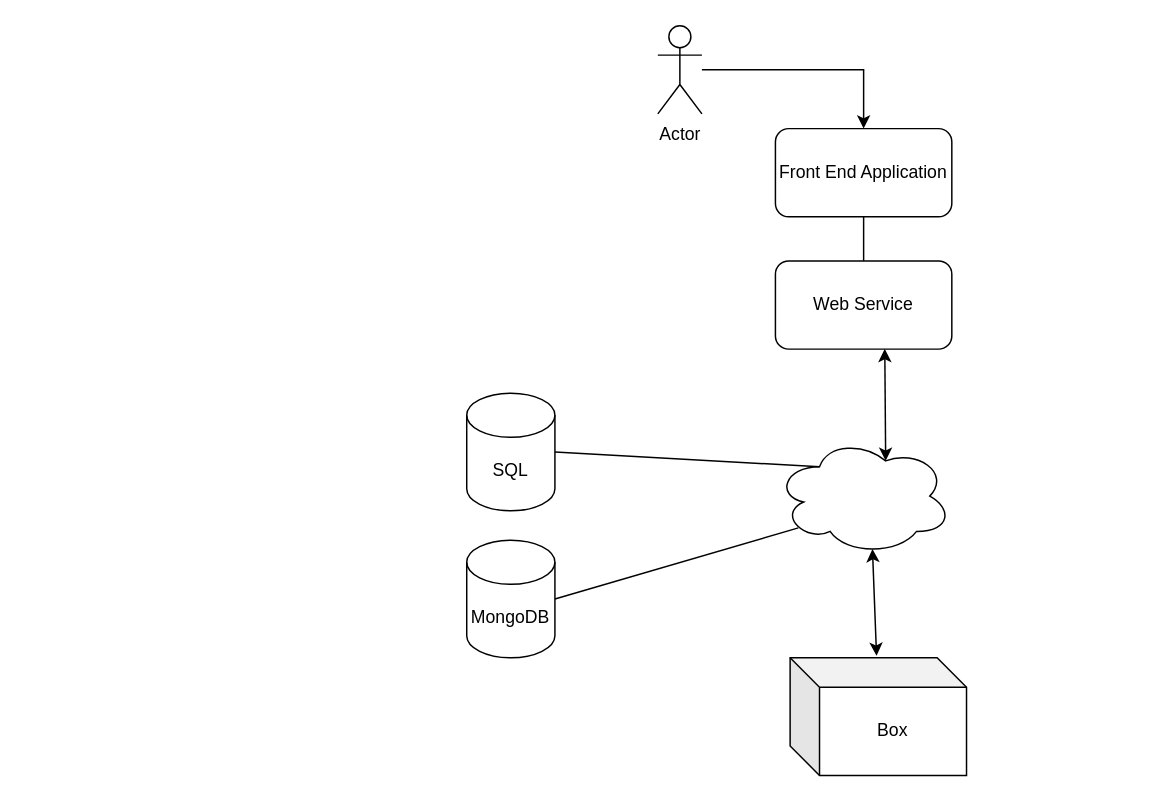
Earlier version of the draw.io diagram diagramGlobal.drawio (jpgros/DiagramsSchneider). Source tidied: cells renumbered, new cells numbered last; positions are measured from the earlier drawing's top-left corner, leaving out a move shared by most shapes. Both pictures are drawn from the tidied source at 147%, with x=0, y=0 at pixel (466, 25).
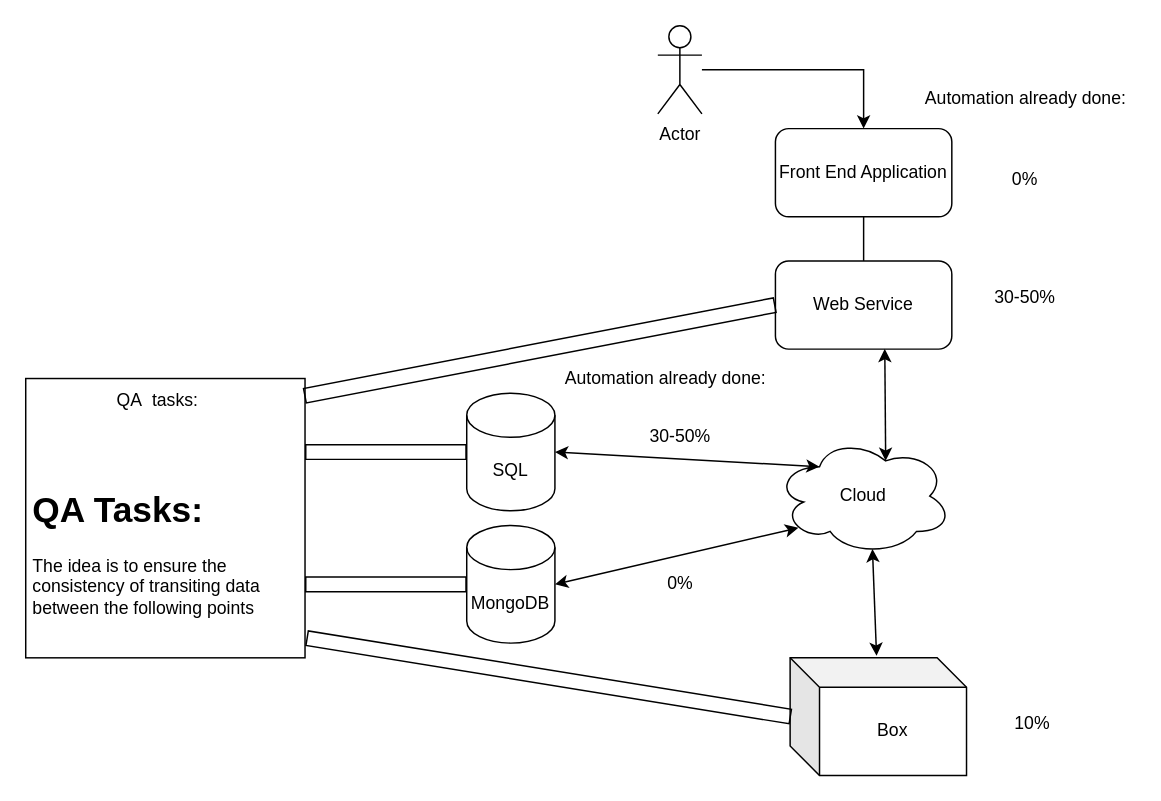
The same diagram, later.

Unchanged cells that the change refers to:
```xml
<mxCell id="3" value="Web Service" style="rounded=1;whiteSpace=wrap;html=1;" parent="1" vertex="1">
  <mxGeometry x="210" y="160" width="120" height="60" as="geometry" />
</mxCell>
<mxCell id="7" value="SQL" style="shape=cylinder3;whiteSpace=wrap;html=1;boundedLbl=1;backgroundOutline=1;size=15;" parent="1" vertex="1">
  <mxGeometry y="250" width="60" height="80" as="geometry" />
</mxCell>
```

Change to the diagram source:
```diff
@@
-    <mxCell id="6" style="ellipse;shape=cloud;whiteSpace=wrap;html=1;" parent="1" vertex="1">
+    <mxCell id="6" value="Cloud" style="ellipse;shape=cloud;whiteSpace=wrap;html=1;" parent="1" vertex="1">
       <mxGeometry x="210" y="280" width="120" height="80" as="geometry" />
     </mxCell>
@@
     <mxCell id="8" value="MongoDB" style="shape=cylinder3;whiteSpace=wrap;html=1;boundedLbl=1;backgroundOutline=1;size=15;" parent="1" vertex="1">
-      <mxGeometry y="350" width="60" height="80" as="geometry" />
+      <mxGeometry y="340" width="60" height="80" as="geometry" />
     </mxCell>
@@
-    <mxCell id="13" style="endArrow=none;html=1;rounded=0;exitX=1;exitY=0.5;exitDx=0;exitDy=0;exitPerimeter=0;entryX=0.25;entryY=0.25;entryDx=0;entryDy=0;entryPerimeter=0;" parent="1" edge="1" source="7" target="6">
+    <mxCell id="13" style="endArrow=classic;html=1;rounded=0;exitX=1;exitY=0.5;exitDx=0;exitDy=0;exitPerimeter=0;entryX=0.25;entryY=0.25;entryDx=0;entryDy=0;entryPerimeter=0;startArrow=classic;startFill=1;endFill=1;" parent="1" edge="1" source="7" target="6">
       <mxGeometry relative="1" as="geometry" />
     </mxCell>
-    <mxCell id="14" style="endArrow=none;html=1;rounded=0;exitX=1;exitY=0.5;exitDx=0;exitDy=0;exitPerimeter=0;entryX=0.13;entryY=0.77;entryDx=0;entryDy=0;entryPerimeter=0;" parent="1" edge="1" source="8" target="6">
+    <mxCell id="14" style="endArrow=classic;html=1;rounded=0;exitX=1;exitY=0.5;exitDx=0;exitDy=0;exitPerimeter=0;entryX=0.13;entryY=0.77;entryDx=0;entryDy=0;entryPerimeter=0;startArrow=classic;startFill=1;endFill=1;" parent="1" edge="1" source="8" target="6">
       <mxGeometry relative="1" as="geometry" />
     </mxCell>
+    <mxCell id="15" value="Automation already done:" style="text;html=1;align=center;verticalAlign=middle;strokeColor=none;fillColor=none;" parent="1" vertex="1">
+      <mxGeometry x="60" y="230" width="150" height="20" as="geometry" />
+    </mxCell>
+    <mxCell id="16" value="30-50%" style="text;html=1;align=center;verticalAlign=middle;strokeColor=none;fillColor=none;" parent="1" vertex="1">
+      <mxGeometry x="115" y="270" width="60" height="20" as="geometry" />
+    </mxCell>
+    <mxCell id="17" value="0%" style="text;html=1;align=center;verticalAlign=middle;strokeColor=none;fillColor=none;" parent="1" vertex="1">
+      <mxGeometry x="130" y="370" width="30" height="20" as="geometry" />
+    </mxCell>
+    <mxCell id="18" value="10%" style="text;html=1;strokeColor=none;fillColor=none;align=center;verticalAlign=middle;whiteSpace=wrap;rounded=0;" parent="1" vertex="1">
+      <mxGeometry x="355" y="460" width="60" height="30" as="geometry" />
+    </mxCell>
+    <mxCell id="19" value="0%" style="text;html=1;strokeColor=none;fillColor=none;align=center;verticalAlign=middle;whiteSpace=wrap;rounded=0;" parent="1" vertex="1">
+      <mxGeometry x="350" y="90" width="60" height="30" as="geometry" />
+    </mxCell>
+    <mxCell id="20" value="30-50%" style="text;html=1;strokeColor=none;fillColor=none;align=center;verticalAlign=middle;whiteSpace=wrap;rounded=0;" parent="1" vertex="1">
+      <mxGeometry x="350" y="170" width="60" height="30" as="geometry" />
+    </mxCell>
+    <mxCell id="21" style="text;html=1;align=center;verticalAlign=middle;strokeColor=none;fillColor=none;" parent="1" vertex="1">
+      <mxGeometry x="375" y="50" width="20" height="20" as="geometry" />
+    </mxCell>
+    <mxCell id="22" style="rounded=0;whiteSpace=wrap;html=1;" parent="1" vertex="1">
+      <mxGeometry x="-300" y="240" width="190" height="190" as="geometry" />
+    </mxCell>
+    <mxCell id="23" value="QA&amp;nbsp; tasks:" style="text;html=1;strokeColor=none;fillColor=none;align=center;verticalAlign=middle;whiteSpace=wrap;rounded=0;" parent="1" vertex="1">
+      <mxGeometry x="-240" y="240" width="60" height="30" as="geometry" />
+    </mxCell>
+    <mxCell id="24" value="&lt;h1&gt;QA Tasks:&lt;/h1&gt;&lt;p&gt;The idea is to ensure the consistency of transiting data between the following points&lt;/p&gt;" style="text;html=1;strokeColor=none;fillColor=none;spacing=5;spacingTop=-20;whiteSpace=wrap;overflow=hidden;rounded=0;" parent="1" vertex="1">
+      <mxGeometry x="-300" y="310" width="190" height="120" as="geometry" />
+    </mxCell>
+    <mxCell id="25" style="shape=flexArrow;endArrow=none;startArrow=none;html=1;rounded=0;startFill=0;endFill=0;entryX=0;entryY=0.5;entryDx=0;entryDy=0;exitX=0.997;exitY=0.062;exitDx=0;exitDy=0;exitPerimeter=0;" parent="1" edge="1" source="22" target="3">
+      <mxGeometry relative="1" as="geometry" />
+    </mxCell>
+    <mxCell id="26" style="shape=flexArrow;endArrow=none;startArrow=none;html=1;rounded=0;startFill=0;endFill=0;entryX=0;entryY=0.5;entryDx=0;entryDy=0;entryPerimeter=0;" parent="1" edge="1" target="7">
+      <mxGeometry relative="1" as="geometry">
+        <mxPoint x="-110" y="290" as="sourcePoint" />
+      </mxGeometry>
+    </mxCell>
+    <mxCell id="27" style="shape=flexArrow;endArrow=none;startArrow=none;html=1;rounded=0;startFill=0;endFill=0;entryX=0;entryY=0.5;entryDx=0;entryDy=0;entryPerimeter=0;" parent="1" edge="1" target="8">
+      <mxGeometry relative="1" as="geometry">
+        <mxPoint x="-110" y="380" as="sourcePoint" />
+      </mxGeometry>
+    </mxCell>
+    <mxCell id="28" style="shape=flexArrow;endArrow=none;startArrow=none;html=1;rounded=0;startFill=0;endFill=0;entryX=0;entryY=0.5;entryDx=0;entryDy=0;exitX=1.005;exitY=0.888;exitDx=0;exitDy=0;exitPerimeter=0;" parent="1" edge="1" source="24">
+      <mxGeometry relative="1" as="geometry">
+        <mxPoint x="220.6" y="470" as="targetPoint" />
+      </mxGeometry>
+    </mxCell>
+    <mxCell id="29" value="Automation already done:" style="text;html=1;align=center;verticalAlign=middle;strokeColor=none;fillColor=none;" parent="1" vertex="1">
+      <mxGeometry x="305" y="40" width="150" height="20" as="geometry" />
+    </mxCell>
```
